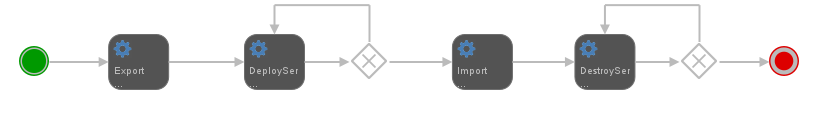
eclipse-xpanse/xpanse keeps this BPMN diagram as modules/workflow/src/main/resources/processes/migrate.png. Above is the earlier version. Its source is kept beside it as modules/workflow/src/main/resources/processes/migrate.bpmn. Ids are renumbered. Its diagram source:
```xml
<definitions xmlns="http://www.omg.org/spec/BPMN/20100524/MODEL" xmlns:xsi="http://www.w3.org/2001/XMLSchema-instance" xmlns:activiti="http://activiti.org/bpmn" xmlns:bpmndi="http://www.omg.org/spec/BPMN/20100524/DI" xmlns:omgdc="http://www.omg.org/spec/DD/20100524/DC" xmlns:omgdi="http://www.omg.org/spec/DD/20100524/DI" typeLanguage="http://www.w3.org/2001/XMLSchema" expressionLanguage="http://www.w3.org/1999/XPath" targetNamespace="http://www.activiti.org/processdef">
  <process id="migrate" name="migrate" isExecutable="true">
    <documentation>Service Migrate Process</documentation>
    <startEvent id="sid-4dbef005-83d3-4314-a32e-20037c68e570" name="StartMigrate">
      <documentation>Start Migrate</documentation>
    </startEvent>
    <serviceTask id="sid-0f42fbfb-1227-4e2c-99fd-827c9011c3a9" activiti:exclusive="false" name="DeployService" activiti:class="org.eclipse.xpanse.modules.workflow.handle.migrate.MigrateDeployProcess">
      <documentation>Deploy Service</documentation>
    </serviceTask>
    <serviceTask id="sid-67595470-2e00-43ea-b878-122e7cccd765" activiti:exclusive="true" name="DestroyService" activiti:class="org.eclipse.xpanse.modules.workflow.handle.migrate.MigrateDestroyProcess">
      <documentation>Destroy Service</documentation>
    </serviceTask>
    <exclusiveGateway id="sid-793fe6c0-8590-4cb9-b2ac-93440a2ff4d9" name="IsDeploySuccess"/>
    <exclusiveGateway id="sid-9d73f33b-8a2d-441b-b924-ec1482270e6a" name="IsDestroySuccess"/>
    <endEvent id="sid-f1784790-c7dc-4aaa-996c-9a57117fcf2b"/>
    <sequenceFlow id="sid-0ba2f8b2-c741-4390-a158-1bc4b93fadda" sourceRef="sid-0f42fbfb-1227-4e2c-99fd-827c9011c3a9" targetRef="sid-793fe6c0-8590-4cb9-b2ac-93440a2ff4d9"/>
    <sequenceFlow id="sid-e82fd51b-4b87-4cf9-aeee-a14dbb0a2c95" sourceRef="sid-67595470-2e00-43ea-b878-122e7cccd765" targetRef="sid-9d73f33b-8a2d-441b-b924-ec1482270e6a"/>
    <sequenceFlow id="sid-6af125f7-fe51-46ef-82cf-483683714523" sourceRef="sid-9d73f33b-8a2d-441b-b924-ec1482270e6a" targetRef="sid-f1784790-c7dc-4aaa-996c-9a57117fcf2b">
      <conditionExpression xsi:type="tFormalExpression">${isDestroySuccess==true}</conditionExpression>
    </sequenceFlow>
    <sequenceFlow id="sid-4df34698-72ba-4f7d-889a-e259103735a0" sourceRef="sid-793fe6c0-8590-4cb9-b2ac-93440a2ff4d9" targetRef="sid-0f42fbfb-1227-4e2c-99fd-827c9011c3a9">
      <conditionExpression xsi:type="tFormalExpression">${isDeploySuccess==false}</conditionExpression>
    </sequenceFlow>
    <sequenceFlow id="sid-1ac000c1-2159-4155-8f61-a034b1ea1e9d" sourceRef="sid-9d73f33b-8a2d-441b-b924-ec1482270e6a" targetRef="sid-67595470-2e00-43ea-b878-122e7cccd765">
      <conditionExpression xsi:type="tFormalExpression">${isDestroySuccess==false}</conditionExpression>
    </sequenceFlow>
    <sequenceFlow id="sid-e653af70-a114-4f8e-8df3-bc3ca2d6b2bb" sourceRef="sid-e3c0974d-f05c-4e2f-901b-51505fa6c811" targetRef="sid-67595470-2e00-43ea-b878-122e7cccd765">
      <conditionExpression xsi:type="tFormalExpression"/>
    </sequenceFlow>
    <serviceTask id="sid-1006f047-b52c-43d6-9d98-dc78e5412f92" name="Export Data" activiti:exclusive="true" activiti:class="org.eclipse.xpanse.modules.workflow.handle.migrate.MigrateExportDataProcess">
      <documentation>Export Data</documentation>
    </serviceTask>
    <sequenceFlow id="sid-90142f92-9a96-4e08-820c-24a635aed7a5" sourceRef="sid-1006f047-b52c-43d6-9d98-dc78e5412f92" targetRef="sid-0f42fbfb-1227-4e2c-99fd-827c9011c3a9"/>
    <serviceTask id="sid-e3c0974d-f05c-4e2f-901b-51505fa6c811" name="Import Data" activiti:exclusive="true" activiti:class="org.eclipse.xpanse.modules.workflow.handle.migrate.MigrateImportDataProcess">
      <documentation>Import Data</documentation>
    </serviceTask>
    <sequenceFlow id="sid-2ee10ea8-d32d-4e59-bc1f-dc611d3fc1d0" sourceRef="sid-793fe6c0-8590-4cb9-b2ac-93440a2ff4d9" targetRef="sid-e3c0974d-f05c-4e2f-901b-51505fa6c811">
      <conditionExpression xsi:type="tFormalExpression">${isDeploySuccess==true}</conditionExpression>
    </sequenceFlow>
    <sequenceFlow id="sid-35e24f97-1c5e-4920-b553-dbfc069090a0" sourceRef="sid-4dbef005-83d3-4314-a32e-20037c68e570" targetRef="sid-1006f047-b52c-43d6-9d98-dc78e5412f92"/>
  </process>
  <bpmndi:BPMNDiagram id="BPMNDiagram_migrate">
    <bpmndi:BPMNPlane bpmnElement="migrate" id="BPMNPlane_migrate">
      <bpmndi:BPMNShape id="shape-58975312-dbea-4c33-acc5-fe4ec04d9f77" bpmnElement="sid-4dbef005-83d3-4314-a32e-20037c68e570">
        <omgdc:Bounds x="-250.0" y="-75.0" width="30.0" height="30.0"/>
      </bpmndi:BPMNShape>
      <bpmndi:BPMNShape id="shape-0295b9a4-14a2-4d33-b9f3-d979d8be09a5" bpmnElement="sid-0f42fbfb-1227-4e2c-99fd-827c9011c3a9">
        <omgdc:Bounds x="-25.000004" y="-87.5" width="60.000004" height="55.0"/>
      </bpmndi:BPMNShape>
      <bpmndi:BPMNShape id="sid-b491cf2f-6fed-467e-bdc3-9d5c9b5d6003" bpmnElement="sid-67595470-2e00-43ea-b878-122e7cccd765">
        <omgdc:Bounds x="305.44" y="-87.49999" width="60.000004" height="55.0"/>
      </bpmndi:BPMNShape>
      <bpmndi:BPMNShape id="shape-2eeed321-cb14-4ce8-a14a-b694f9579923" bpmnElement="sid-793fe6c0-8590-4cb9-b2ac-93440a2ff4d9">
        <omgdc:Bounds x="80.0" y="-80.0" width="40.0" height="40.0"/>
      </bpmndi:BPMNShape>
      <bpmndi:BPMNShape id="shape-83f5952a-4c4e-46e1-acd2-e320213f30c2" bpmnElement="sid-9d73f33b-8a2d-441b-b924-ec1482270e6a">
        <omgdc:Bounds x="410.0" y="-79.99999" width="40.0" height="40.0"/>
      </bpmndi:BPMNShape>
      <bpmndi:BPMNShape id="shape-9e41350c-0042-4702-a34b-f7f9786fa4bf" bpmnElement="sid-f1784790-c7dc-4aaa-996c-9a57117fcf2b">
        <omgdc:Bounds x="500.0" y="-74.999985" width="30.0" height="30.0"/>
      </bpmndi:BPMNShape>
      <bpmndi:BPMNEdge id="edge-ab89b437-ce19-4466-8af5-f81d63443177" bpmnElement="sid-0ba2f8b2-c741-4390-a158-1bc4b93fadda">
        <omgdi:waypoint x="35.0" y="-60.0"/>
        <omgdi:waypoint x="80.0" y="-60.0"/>
      </bpmndi:BPMNEdge>
      <bpmndi:BPMNEdge id="edge-07a7b5ae-7696-43f4-9d1a-a7d8e801960f" bpmnElement="sid-e82fd51b-4b87-4cf9-aeee-a14dbb0a2c95">
        <omgdi:waypoint x="365.44" y="-59.999992"/>
        <omgdi:waypoint x="410.0" y="-59.999992"/>
      </bpmndi:BPMNEdge>
      <bpmndi:BPMNEdge id="edge-74320df7-725f-410d-ba99-91a1444f53ae" bpmnElement="sid-6af125f7-fe51-46ef-82cf-483683714523">
        <omgdi:waypoint x="450.0" y="-59.999992"/>
        <omgdi:waypoint x="500.0" y="-59.999985"/>
      </bpmndi:BPMNEdge>
      <bpmndi:BPMNEdge id="edge-d3d25fe6-4ccd-4a03-924c-29911ddc1f8f" bpmnElement="sid-4df34698-72ba-4f7d-889a-e259103735a0">
        <omgdi:waypoint x="100.0" y="-80.0"/>
        <omgdi:waypoint x="100.0" y="-116.875"/>
        <omgdi:waypoint x="4.999996" y="-116.875"/>
        <omgdi:waypoint x="4.999998" y="-87.50001"/>
      </bpmndi:BPMNEdge>
      <bpmndi:BPMNEdge id="edge-ae8ef18e-848a-47cc-bb39-5ef14b56c666" bpmnElement="sid-1ac000c1-2159-4155-8f61-a034b1ea1e9d">
        <omgdi:waypoint x="430.0" y="-79.99999"/>
        <omgdi:waypoint x="430.0" y="-116.87499"/>
        <omgdi:waypoint x="335.44" y="-116.875"/>
        <omgdi:waypoint x="335.44" y="-87.5"/>
      </bpmndi:BPMNEdge>
      <bpmndi:BPMNEdge id="edge-340858a6-0215-4b2a-99a1-44529de72f50" bpmnElement="sid-e653af70-a114-4f8e-8df3-bc3ca2d6b2bb">
        <omgdi:waypoint x="242.92944" y="-60.000008"/>
        <omgdi:waypoint x="305.44" y="-59.999992"/>
      </bpmndi:BPMNEdge>
      <bpmndi:BPMNShape id="sid-5e3ed3db-d1f4-4d4b-8f19-deae2bd20caa" bpmnElement="sid-1006f047-b52c-43d6-9d98-dc78e5412f92">
        <omgdc:Bounds x="-160.8457" y="-87.5" width="60.000004" height="55.0"/>
      </bpmndi:BPMNShape>
      <bpmndi:BPMNEdge id="edge-04597f1d-6d6c-4734-b2b3-28874952169f" bpmnElement="sid-90142f92-9a96-4e08-820c-24a635aed7a5">
        <omgdi:waypoint x="-100.8457" y="-60.0"/>
        <omgdi:waypoint x="-25.000004" y="-60.0"/>
      </bpmndi:BPMNEdge>
      <bpmndi:BPMNShape id="sid-8fd3b817-78f0-4e04-b99c-dc781c93c5f6" bpmnElement="sid-e3c0974d-f05c-4e2f-901b-51505fa6c811">
        <omgdc:Bounds x="182.92944" y="-87.50001" width="60.000004" height="55.0"/>
      </bpmndi:BPMNShape>
      <bpmndi:BPMNEdge id="edge-f82dcf10-cd84-493d-a36b-67f056c3f671" bpmnElement="sid-2ee10ea8-d32d-4e59-bc1f-dc611d3fc1d0">
        <omgdi:waypoint x="120.0" y="-60.0"/>
        <omgdi:waypoint x="182.92944" y="-60.000008"/>
      </bpmndi:BPMNEdge>
      <bpmndi:BPMNEdge id="edge-05b5bb45-b6a6-4167-b4a9-4dc15f78aa0d" bpmnElement="sid-35e24f97-1c5e-4920-b553-dbfc069090a0">
        <omgdi:waypoint x="-220.0" y="-60.0"/>
        <omgdi:waypoint x="-160.8457" y="-60.0"/>
      </bpmndi:BPMNEdge>
    </bpmndi:BPMNPlane>
  </bpmndi:BPMNDiagram>
</definitions>
```
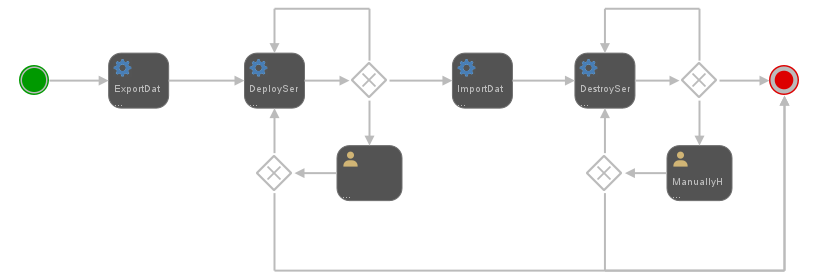
After the commit.

What changed in the source:
```diff
@@ -14,30 +14,64 @@
     <exclusiveGateway id="sid-9d73f33b-8a2d-441b-b924-ec1482270e6a" name="IsDestroySuccess"/>
     <endEvent id="sid-f1784790-c7dc-4aaa-996c-9a57117fcf2b"/>
     <sequenceFlow id="sid-0ba2f8b2-c741-4390-a158-1bc4b93fadda" sourceRef="sid-0f42fbfb-1227-4e2c-99fd-827c9011c3a9" targetRef="sid-793fe6c0-8590-4cb9-b2ac-93440a2ff4d9"/>
-    <sequenceFlow id="sid-e82fd51b-4b87-4cf9-aeee-a14dbb0a2c95" sourceRef="sid-67595470-2e00-43ea-b878-122e7cccd765" targetRef="sid-9d73f33b-8a2d-441b-b924-ec1482270e6a"/>
     <sequenceFlow id="sid-6af125f7-fe51-46ef-82cf-483683714523" sourceRef="sid-9d73f33b-8a2d-441b-b924-ec1482270e6a" targetRef="sid-f1784790-c7dc-4aaa-996c-9a57117fcf2b">
       <conditionExpression xsi:type="tFormalExpression">${isDestroySuccess==true}</conditionExpression>
     </sequenceFlow>
     <sequenceFlow id="sid-4df34698-72ba-4f7d-889a-e259103735a0" sourceRef="sid-793fe6c0-8590-4cb9-b2ac-93440a2ff4d9" targetRef="sid-0f42fbfb-1227-4e2c-99fd-827c9011c3a9">
-      <conditionExpression xsi:type="tFormalExpression">${isDeploySuccess==false}</conditionExpression>
-    </sequenceFlow>
-    <sequenceFlow id="sid-1ac000c1-2159-4155-8f61-a034b1ea1e9d" sourceRef="sid-9d73f33b-8a2d-441b-b924-ec1482270e6a" targetRef="sid-67595470-2e00-43ea-b878-122e7cccd765">
-      <conditionExpression xsi:type="tFormalExpression">${isDestroySuccess==false}</conditionExpression>
+      <conditionExpression xsi:type="tFormalExpression">${isDeploySuccess==false &amp;&amp; deployRetryNum&lt;=1}</conditionExpression>
     </sequenceFlow>
     <sequenceFlow id="sid-e653af70-a114-4f8e-8df3-bc3ca2d6b2bb" sourceRef="sid-e3c0974d-f05c-4e2f-901b-51505fa6c811" targetRef="sid-67595470-2e00-43ea-b878-122e7cccd765">
       <conditionExpression xsi:type="tFormalExpression"/>
     </sequenceFlow>
-    <serviceTask id="sid-1006f047-b52c-43d6-9d98-dc78e5412f92" name="Export Data" activiti:exclusive="true" activiti:class="org.eclipse.xpanse.modules.workflow.handle.migrate.MigrateExportDataProcess">
+    <serviceTask id="sid-1006f047-b52c-43d6-9d98-dc78e5412f92" name="ExportData" activiti:exclusive="true" activiti:class="org.eclipse.xpanse.modules.workflow.handle.migrate.MigrateExportDataProcess">
       <documentation>Export Data</documentation>
     </serviceTask>
     <sequenceFlow id="sid-90142f92-9a96-4e08-820c-24a635aed7a5" sourceRef="sid-1006f047-b52c-43d6-9d98-dc78e5412f92" targetRef="sid-0f42fbfb-1227-4e2c-99fd-827c9011c3a9"/>
-    <serviceTask id="sid-e3c0974d-f05c-4e2f-901b-51505fa6c811" name="Import Data" activiti:exclusive="true" activiti:class="org.eclipse.xpanse.modules.workflow.handle.migrate.MigrateImportDataProcess">
+    <serviceTask id="sid-e3c0974d-f05c-4e2f-901b-51505fa6c811" name="ImportData" activiti:exclusive="true" activiti:class="org.eclipse.xpanse.modules.workflow.handle.migrate.MigrateImportDataProcess">
       <documentation>Import Data</documentation>
     </serviceTask>
     <sequenceFlow id="sid-2ee10ea8-d32d-4e59-bc1f-dc611d3fc1d0" sourceRef="sid-793fe6c0-8590-4cb9-b2ac-93440a2ff4d9" targetRef="sid-e3c0974d-f05c-4e2f-901b-51505fa6c811">
       <conditionExpression xsi:type="tFormalExpression">${isDeploySuccess==true}</conditionExpression>
     </sequenceFlow>
     <sequenceFlow id="sid-35e24f97-1c5e-4920-b553-dbfc069090a0" sourceRef="sid-4dbef005-83d3-4314-a32e-20037c68e570" targetRef="sid-1006f047-b52c-43d6-9d98-dc78e5412f92"/>
+    <userTask id="sid-6c4c67be-0bcb-4727-a0da-5ec1fb65076f" activiti:assignee="${assignee}" name=" HandlingDeploymentFailuresManually">
+      <documentation>Handling deployment failures manually</documentation>
+      <extensionElements>
+        <activiti:executionListener class="org.eclipse.xpanse.modules.workflow.handle.migrate.DeployFailedManualHandlerListener"/>
+      </extensionElements>
+    </userTask>
+    <userTask id="sid-42ae4a3e-00bc-4935-ab95-142a1ee22fe1" activiti:assignee="${assignee}" name="ManuallyHandleDestructionFailure">
+      <documentation>Manually handle destruction failure</documentation>
+      <extensionElements>
+        <activiti:executionListener class="org.eclipse.xpanse.modules.workflow.handle.migrate.DestroyFailedManualHandlerListener"/>
+      </extensionElements>
+    </userTask>
+    <exclusiveGateway id="sid-a1fd872a-d645-490e-a280-026a0a47f19a"/>
+    <sequenceFlow id="sid-31a531de-521e-45f7-b9df-2a783d3eb389" sourceRef="sid-793fe6c0-8590-4cb9-b2ac-93440a2ff4d9" targetRef="sid-6c4c67be-0bcb-4727-a0da-5ec1fb65076f">
+      <conditionExpression xsi:type="tFormalExpression">${isDeploySuccess==false &amp;&amp; deployRetryNum&gt;1}</conditionExpression>
+    </sequenceFlow>
+    <sequenceFlow id="sid-fe8c63ed-a5f7-433f-9e71-7feaa5a6c6c6" sourceRef="sid-6c4c67be-0bcb-4727-a0da-5ec1fb65076f" targetRef="sid-a1fd872a-d645-490e-a280-026a0a47f19a"/>
+    <sequenceFlow id="sid-59b75ef7-21ce-4a8d-a350-a4c536da11f5" sourceRef="sid-a1fd872a-d645-490e-a280-026a0a47f19a" targetRef="sid-0f42fbfb-1227-4e2c-99fd-827c9011c3a9">
+      <conditionExpression xsi:type="tFormalExpression">${isRetryTask==true}</conditionExpression>
+    </sequenceFlow>
+    <exclusiveGateway id="sid-77bb6fba-8be1-4281-ad6d-ab1cab890d11"/>
+    <sequenceFlow id="sid-841accd9-7a42-472d-a149-a74cbd4b39d3" sourceRef="sid-42ae4a3e-00bc-4935-ab95-142a1ee22fe1" targetRef="sid-77bb6fba-8be1-4281-ad6d-ab1cab890d11"/>
+    <sequenceFlow id="sid-6922923b-38ae-4d96-b3f7-3a9c91132b74" sourceRef="sid-67595470-2e00-43ea-b878-122e7cccd765" targetRef="sid-9d73f33b-8a2d-441b-b924-ec1482270e6a"/>
+    <sequenceFlow id="sid-6e4678d3-0658-4f1b-b88a-035f44562fd2" sourceRef="sid-9d73f33b-8a2d-441b-b924-ec1482270e6a" targetRef="sid-67595470-2e00-43ea-b878-122e7cccd765">
+      <conditionExpression xsi:type="tFormalExpression">${isDestroySuccess==false &amp;&amp; destroyRetryNum&lt;=1}</conditionExpression>
+    </sequenceFlow>
+    <sequenceFlow id="sid-96432977-9907-4222-afea-929dd76e3c86" sourceRef="sid-77bb6fba-8be1-4281-ad6d-ab1cab890d11" targetRef="sid-67595470-2e00-43ea-b878-122e7cccd765">
+      <conditionExpression xsi:type="tFormalExpression">${isRetryTask==true}</conditionExpression>
+    </sequenceFlow>
+    <sequenceFlow id="sid-bae49b0d-604f-4232-9719-968e99742681" sourceRef="sid-9d73f33b-8a2d-441b-b924-ec1482270e6a" targetRef="sid-42ae4a3e-00bc-4935-ab95-142a1ee22fe1">
+      <conditionExpression xsi:type="tFormalExpression">${isDestroySuccess==false &amp;&amp; destroyRetryNum&gt;1}</conditionExpression>
+    </sequenceFlow>
+    <sequenceFlow id="sid-ff4aca53-37c2-41b0-a998-d1e6100d0ea2" sourceRef="sid-a1fd872a-d645-490e-a280-026a0a47f19a" targetRef="sid-f1784790-c7dc-4aaa-996c-9a57117fcf2b">
+      <conditionExpression xsi:type="tFormalExpression">${isRetryTask==false}</conditionExpression>
+    </sequenceFlow>
+    <sequenceFlow id="sid-24f32971-36fc-41fc-9cfd-ecdf29c15678" sourceRef="sid-77bb6fba-8be1-4281-ad6d-ab1cab890d11" targetRef="sid-f1784790-c7dc-4aaa-996c-9a57117fcf2b">
+      <conditionExpression xsi:type="tFormalExpression">${isRetryTask==false}</conditionExpression>
+    </sequenceFlow>
   </process>
   <bpmndi:BPMNDiagram id="BPMNDiagram_migrate">
     <bpmndi:BPMNPlane bpmnElement="migrate" id="BPMNPlane_migrate">
@@ -57,31 +91,21 @@
         <omgdc:Bounds x="410.0" y="-79.99999" width="40.0" height="40.0"/>
       </bpmndi:BPMNShape>
       <bpmndi:BPMNShape id="shape-9e41350c-0042-4702-a34b-f7f9786fa4bf" bpmnElement="sid-f1784790-c7dc-4aaa-996c-9a57117fcf2b">
-        <omgdc:Bounds x="500.0" y="-74.999985" width="30.0" height="30.0"/>
+        <omgdc:Bounds x="500.0" y="-75.0" width="30.0" height="30.0"/>
       </bpmndi:BPMNShape>
       <bpmndi:BPMNEdge id="edge-ab89b437-ce19-4466-8af5-f81d63443177" bpmnElement="sid-0ba2f8b2-c741-4390-a158-1bc4b93fadda">
         <omgdi:waypoint x="35.0" y="-60.0"/>
         <omgdi:waypoint x="80.0" y="-60.0"/>
       </bpmndi:BPMNEdge>
-      <bpmndi:BPMNEdge id="edge-07a7b5ae-7696-43f4-9d1a-a7d8e801960f" bpmnElement="sid-e82fd51b-4b87-4cf9-aeee-a14dbb0a2c95">
-        <omgdi:waypoint x="365.44" y="-59.999992"/>
-        <omgdi:waypoint x="410.0" y="-59.999992"/>
-      </bpmndi:BPMNEdge>
       <bpmndi:BPMNEdge id="edge-74320df7-725f-410d-ba99-91a1444f53ae" bpmnElement="sid-6af125f7-fe51-46ef-82cf-483683714523">
         <omgdi:waypoint x="450.0" y="-59.999992"/>
-        <omgdi:waypoint x="500.0" y="-59.999985"/>
+        <omgdi:waypoint x="500.0" y="-60.0"/>
       </bpmndi:BPMNEdge>
       <bpmndi:BPMNEdge id="edge-d3d25fe6-4ccd-4a03-924c-29911ddc1f8f" bpmnElement="sid-4df34698-72ba-4f7d-889a-e259103735a0">
         <omgdi:waypoint x="100.0" y="-80.0"/>
-        <omgdi:waypoint x="100.0" y="-116.875"/>
-        <omgdi:waypoint x="4.999996" y="-116.875"/>
+        <omgdi:waypoint x="100.0" y="-131.875"/>
+        <omgdi:waypoint x="4.999998" y="-131.875"/>
         <omgdi:waypoint x="4.999998" y="-87.50001"/>
-      </bpmndi:BPMNEdge>
-      <bpmndi:BPMNEdge id="edge-ae8ef18e-848a-47cc-bb39-5ef14b56c666" bpmnElement="sid-1ac000c1-2159-4155-8f61-a034b1ea1e9d">
-        <omgdi:waypoint x="430.0" y="-79.99999"/>
-        <omgdi:waypoint x="430.0" y="-116.87499"/>
-        <omgdi:waypoint x="335.44" y="-116.875"/>
-        <omgdi:waypoint x="335.44" y="-87.5"/>
       </bpmndi:BPMNEdge>
       <bpmndi:BPMNEdge id="edge-340858a6-0215-4b2a-99a1-44529de72f50" bpmnElement="sid-e653af70-a114-4f8e-8df3-bc3ca2d6b2bb">
         <omgdi:waypoint x="242.92944" y="-60.000008"/>
@@ -105,6 +129,64 @@
         <omgdi:waypoint x="-220.0" y="-60.0"/>
         <omgdi:waypoint x="-160.8457" y="-60.0"/>
       </bpmndi:BPMNEdge>
+      <bpmndi:BPMNShape id="shape-b2295a55-3496-4f42-bc4b-987a9787dda6" bpmnElement="sid-6c4c67be-0bcb-4727-a0da-5ec1fb65076f">
+        <omgdc:Bounds x="67.50001" y="5.000001" width="65.0" height="55.0"/>
+      </bpmndi:BPMNShape>
+      <bpmndi:BPMNShape id="sid-eb0d8afa-8406-434c-8952-fb6a94ffb2b7" bpmnElement="sid-42ae4a3e-00bc-4935-ab95-142a1ee22fe1">
+        <omgdc:Bounds x="397.49997" y="5.0" width="65.0" height="55.0"/>
+      </bpmndi:BPMNShape>
+      <bpmndi:BPMNShape id="shape-895ac8d9-7fd7-4c64-91b8-811ec412d105" bpmnElement="sid-a1fd872a-d645-490e-a280-026a0a47f19a">
+        <omgdc:Bounds x="-15.000002" y="12.500002" width="40.0" height="40.0"/>
+      </bpmndi:BPMNShape>
+      <bpmndi:BPMNEdge id="edge-1b8876f7-5d23-447f-b8f8-894392120298" bpmnElement="sid-31a531de-521e-45f7-b9df-2a783d3eb389">
+        <omgdi:waypoint x="100.0" y="-40.0"/>
+        <omgdi:waypoint x="100.00001" y="5.000001"/>
+      </bpmndi:BPMNEdge>
+      <bpmndi:BPMNEdge id="edge-f105edb9-5335-40e7-9040-a32f941cab01" bpmnElement="sid-fe8c63ed-a5f7-433f-9e71-7feaa5a6c6c6">
+        <omgdi:waypoint x="67.50001" y="32.5"/>
+        <omgdi:waypoint x="24.999998" y="32.5"/>
+      </bpmndi:BPMNEdge>
+      <bpmndi:BPMNEdge id="edge-191f8246-4e7e-4af8-8b01-b0a3d03841a9" bpmnElement="sid-59b75ef7-21ce-4a8d-a350-a4c536da11f5">
+        <omgdi:waypoint x="4.999998" y="12.500001"/>
+        <omgdi:waypoint x="4.999998" y="-32.5"/>
+      </bpmndi:BPMNEdge>
+      <bpmndi:BPMNShape id="shape-1fb8e2af-99e6-40dd-8e4d-e87dcbe2c080" bpmnElement="sid-77bb6fba-8be1-4281-ad6d-ab1cab890d11">
+        <omgdc:Bounds x="315.44" y="12.500004" width="40.0" height="40.0"/>
+      </bpmndi:BPMNShape>
+      <bpmndi:BPMNEdge id="edge-babf2d9d-566a-496b-9270-2cdae688bc10" bpmnElement="sid-841accd9-7a42-472d-a149-a74cbd4b39d3">
+        <omgdi:waypoint x="397.49997" y="32.5"/>
+        <omgdi:waypoint x="355.44" y="32.500004"/>
+      </bpmndi:BPMNEdge>
+      <bpmndi:BPMNEdge id="edge-4dd1d429-18e1-43b0-bc19-c540e19f638a" bpmnElement="sid-6922923b-38ae-4d96-b3f7-3a9c91132b74">
+        <omgdi:waypoint x="365.44" y="-59.999992"/>
+        <omgdi:waypoint x="410.0" y="-59.999992"/>
+      </bpmndi:BPMNEdge>
+      <bpmndi:BPMNEdge id="edge-7b099383-fa63-44de-b5d2-a8dc9cfcb194" bpmnElement="sid-6e4678d3-0658-4f1b-b88a-035f44562fd2">
+        <omgdi:waypoint x="430.0" y="-80.0"/>
+        <omgdi:waypoint x="430.0" y="-131.875"/>
+        <omgdi:waypoint x="335.43997" y="-131.87502"/>
+        <omgdi:waypoint x="335.43997" y="-87.499985"/>
+      </bpmndi:BPMNEdge>
+      <bpmndi:BPMNEdge id="edge-60e8bffe-0db3-4eb9-8ba2-c5acbcf39f05" bpmnElement="sid-96432977-9907-4222-afea-929dd76e3c86">
+        <omgdi:waypoint x="335.44" y="12.500011"/>
+        <omgdi:waypoint x="335.44" y="-32.499992"/>
+      </bpmndi:BPMNEdge>
+      <bpmndi:BPMNEdge id="edge-42026922-03bb-4cc0-a607-f420ba466abc" bpmnElement="sid-bae49b0d-604f-4232-9719-968e99742681">
+        <omgdi:waypoint x="430.0" y="-39.999992"/>
+        <omgdi:waypoint x="429.99997" y="5.0"/>
+      </bpmndi:BPMNEdge>
+      <bpmndi:BPMNEdge id="edge-9aecc305-1b1a-469c-9632-4b4a7e018816" bpmnElement="sid-ff4aca53-37c2-41b0-a998-d1e6100d0ea2">
+        <omgdi:waypoint x="4.999998" y="52.5"/>
+        <omgdi:waypoint x="4.999998" y="130.0"/>
+        <omgdi:waypoint x="515.0" y="130.0"/>
+        <omgdi:waypoint x="515.0" y="-45.0"/>
+      </bpmndi:BPMNEdge>
+      <bpmndi:BPMNEdge id="edge-e1b07ead-3963-47b6-9044-5c9d7ff95d4c" bpmnElement="sid-24f32971-36fc-41fc-9cfd-ecdf29c15678">
+        <omgdi:waypoint x="335.44" y="52.500004"/>
+        <omgdi:waypoint x="335.43997" y="130.0"/>
+        <omgdi:waypoint x="515.0" y="130.0"/>
+        <omgdi:waypoint x="515.0" y="-45.000004"/>
+      </bpmndi:BPMNEdge>
     </bpmndi:BPMNPlane>
   </bpmndi:BPMNDiagram>
 </definitions>
```
